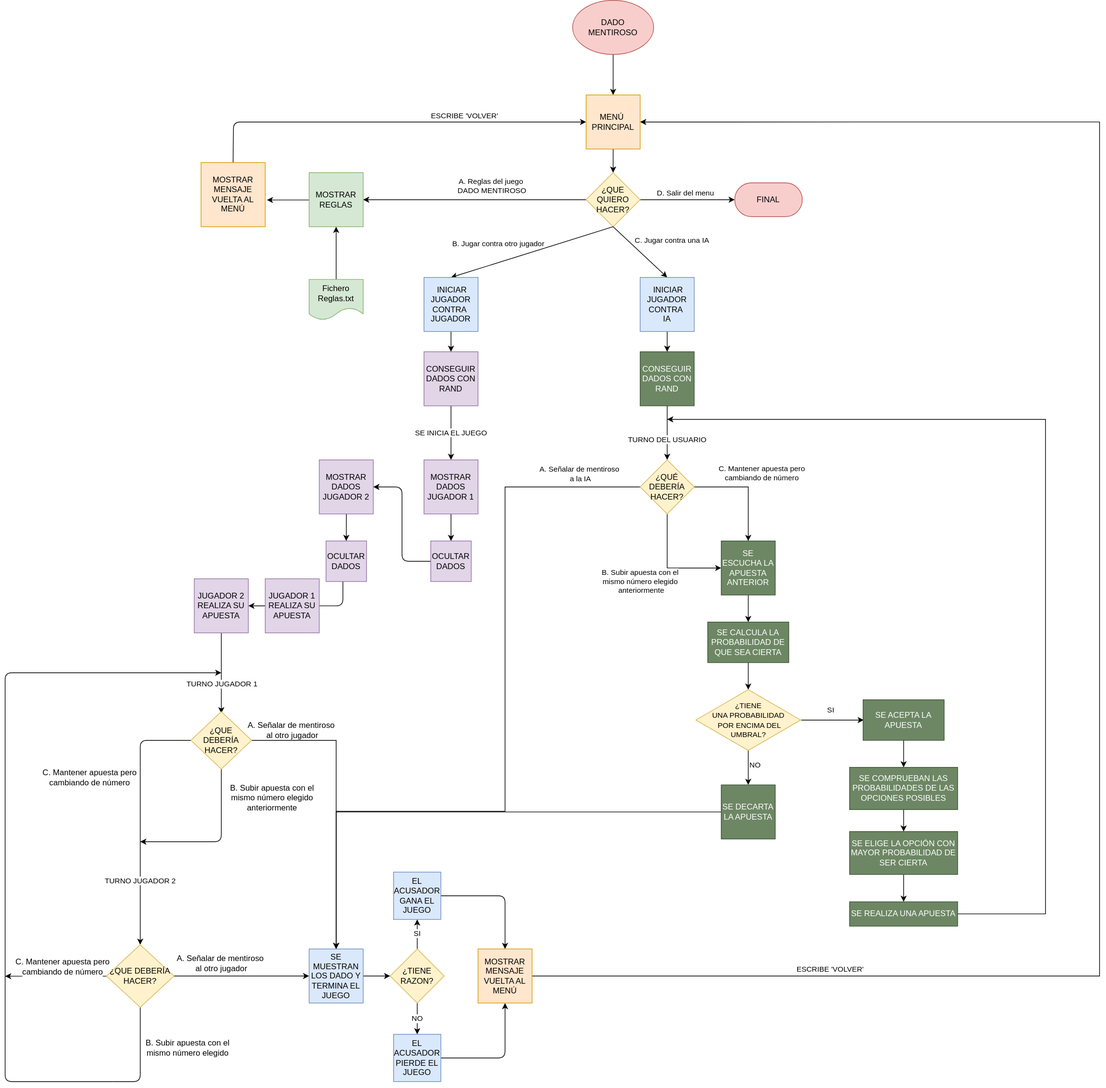
aigora/twIE_2021-proyecto_dado_mentiroso_2021 keeps this draw.io diagram as DIAGRAMA DE FLUJO PROVISIONAL/Diagrama de flujo.svg. Above is the earlier version. Source tidied: cells renumbered, new cells last; positions are measured from the earlier drawing's top-left corner, leaving out a move shared by most shapes.
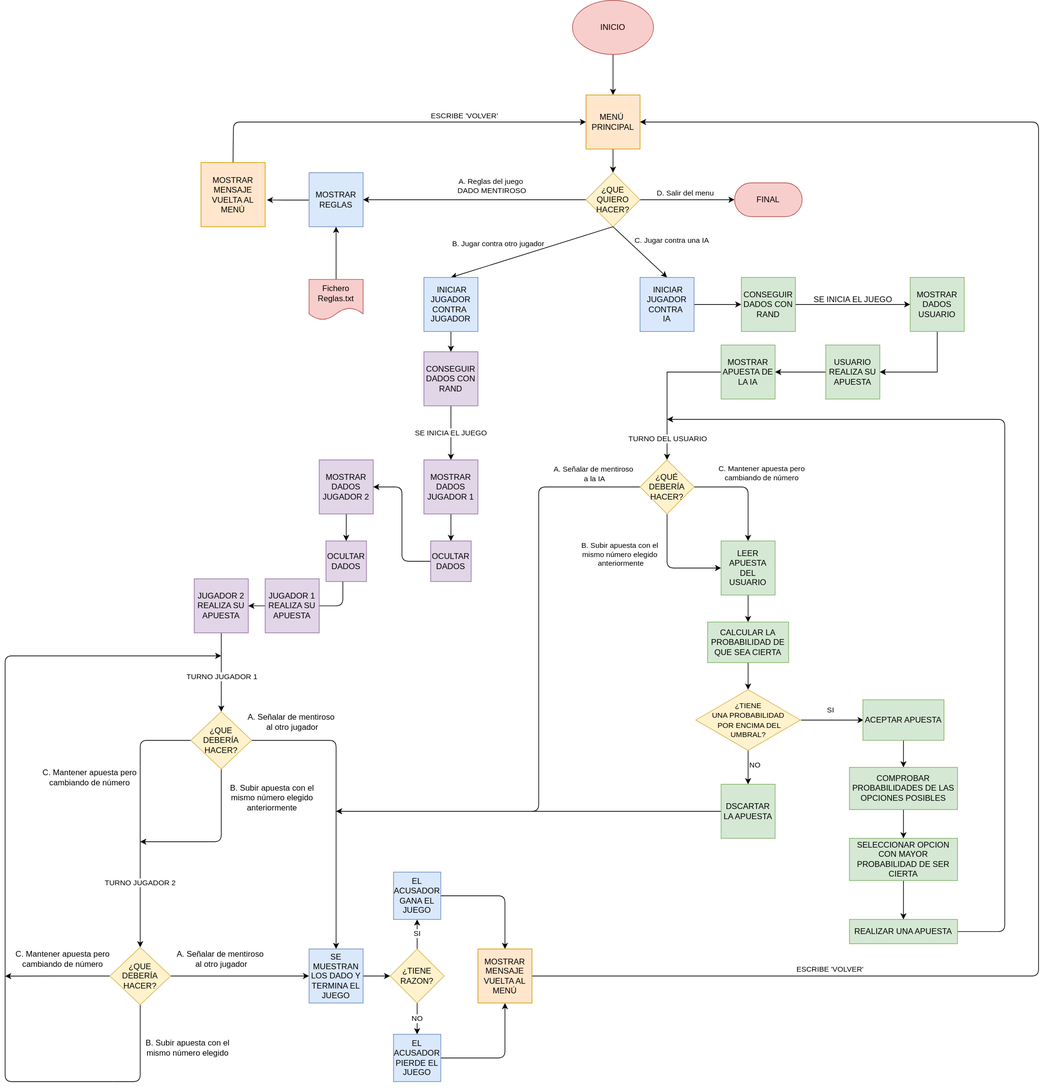
The same file after the commit.

Commit message:
Terminada parte IA diagrama

Change to the diagram source:
```diff
@@ -7,3 +7,3 @@
     </mxCell>
-    <mxCell id="3" value="DADO &lt;br&gt;MENTIROSO" style="ellipse;whiteSpace=wrap;html=1;fillColor=#f8cecc;strokeColor=#b85450;" parent="1" vertex="1">
+    <mxCell id="3" value="INICIO" style="ellipse;whiteSpace=wrap;html=1;fillColor=#f8cecc;strokeColor=#b85450;" parent="1" vertex="1">
       <mxGeometry x="840" width="120" height="80" as="geometry" />
@@ -31,3 +31,3 @@
     </mxCell>
-    <mxCell id="8" value="MOSTRAR REGLAS" style="whiteSpace=wrap;html=1;fillColor=#d5e8d4;strokeColor=#82b366;" parent="1" vertex="1">
+    <mxCell id="8" value="MOSTRAR REGLAS" style="whiteSpace=wrap;html=1;fillColor=#dae8fc;strokeColor=#6c8ebf;" parent="1" vertex="1">
       <mxGeometry x="450" y="255" width="80" height="80" as="geometry" />
@@ -61,9 +61,4 @@
     </mxCell>
-    <mxCell id="16" style="edgeStyle=orthogonalEdgeStyle;rounded=0;jettySize=auto;html=1;exitX=0.5;exitY=1;exitDx=0;exitDy=0;" parent="1" edge="1" source="17">
+    <mxCell id="16" style="edgeStyle=orthogonalEdgeStyle;rounded=0;jettySize=auto;html=1;exitX=0.5;exitY=1;exitDx=0;exitDy=0;entryX=0.5;entryY=0;entryDx=0;entryDy=0;" parent="1" edge="1" source="17" target="21">
       <mxGeometry x="1" y="-367" relative="1" as="geometry">
-        <mxPoint x="320" y="1055" as="targetPoint" />
-        <Array as="points">
-          <mxPoint x="320" y="950" />
-          <mxPoint x="320" y="950" />
-        </Array>
         <mxPoint x="47" y="180" as="offset" />
@@ -74,3 +69,3 @@
     </mxCell>
-    <mxCell id="18" style="edgeStyle=orthogonalEdgeStyle;rounded=0;jettySize=auto;html=1;exitX=1;exitY=0.5;exitDx=0;exitDy=0;entryX=0.5;entryY=0;entryDx=0;entryDy=0;" parent="1" edge="1" source="21" target="28">
+    <mxCell id="18" style="edgeStyle=orthogonalEdgeStyle;rounded=1;jettySize=auto;html=1;exitX=1;exitY=0.5;exitDx=0;exitDy=0;entryX=0.5;entryY=0;entryDx=0;entryDy=0;" parent="1" edge="1" source="21" target="28">
       <mxGeometry relative="1" as="geometry">
@@ -104,16 +99,8 @@
         <mxPoint x="200" y="1135" as="sourcePoint" />
-        <Array as="points">
-          <mxPoint x="200" y="1285" />
-          <mxPoint x="200" y="1285" />
-        </Array>
       </mxGeometry>
     </mxCell>
-    <mxCell id="23" style="edgeStyle=orthogonalEdgeStyle;rounded=1;sketch=0;jettySize=auto;html=1;entryX=0;entryY=0.5;entryDx=0;entryDy=0;shadow=0;startArrow=none;startFill=0;endArrow=classic;endFill=1;strokeColor=#000000;" parent="1" edge="1" source="26" target="28">
-      <mxGeometry relative="1" as="geometry">
-        <Array as="points">
-          <mxPoint x="400" y="1444" />
-        </Array>
-      </mxGeometry>
+    <mxCell id="23" style="edgeStyle=orthogonalEdgeStyle;rounded=1;sketch=0;jettySize=auto;html=1;entryX=0;entryY=0.5;entryDx=0;entryDy=0;shadow=0;startArrow=none;startFill=0;endArrow=classic;endFill=1;strokeColor=#000000;exitX=1;exitY=0.5;exitDx=0;exitDy=0;" parent="1" edge="1" source="26" target="28">
+      <mxGeometry relative="1" as="geometry" />
     </mxCell>
-    <mxCell id="24" style="edgeStyle=orthogonalEdgeStyle;rounded=1;sketch=0;jettySize=auto;html=1;shadow=0;startArrow=none;startFill=0;endArrow=none;endFill=0;strokeColor=#000000;" parent="1" edge="1" source="26">
+    <mxCell id="24" style="edgeStyle=orthogonalEdgeStyle;rounded=1;sketch=0;jettySize=auto;html=1;shadow=0;startArrow=none;startFill=0;endArrow=none;endFill=0;strokeColor=#000000;exitX=0.5;exitY=1;exitDx=0;exitDy=0;" parent="1" edge="1" source="26">
       <mxGeometry relative="1" as="geometry">
@@ -122,3 +109,2 @@
           <mxPoint x="200" y="1600" />
-          <mxPoint x="160" y="1600" />
         </Array>
@@ -126,13 +112,7 @@
     </mxCell>
-    <mxCell id="25" style="edgeStyle=orthogonalEdgeStyle;rounded=1;sketch=0;jettySize=auto;html=1;shadow=0;startArrow=none;startFill=0;endArrow=classic;endFill=1;strokeColor=#000000;" parent="1" edge="1" source="26">
+    <mxCell id="25" style="edgeStyle=orthogonalEdgeStyle;rounded=1;sketch=0;jettySize=auto;html=1;shadow=0;startArrow=none;startFill=0;endArrow=classic;endFill=1;strokeColor=#000000;exitX=0;exitY=0.5;exitDx=0;exitDy=0;" parent="1" edge="1" source="26">
       <mxGeometry relative="1" as="geometry">
         <mxPoint y="1444" as="targetPoint" />
-        <Array as="points">
-          <mxPoint y="1444" />
-        </Array>
       </mxGeometry>
     </mxCell>
-    <mxCell id="26" value="¿QUE DEBERÍA HACER?" style="rhombus;whiteSpace=wrap;html=1;fillColor=#fff2cc;strokeColor=#d6b656;" parent="1" vertex="1">
-      <mxGeometry x="150" y="1397.5" width="100" height="92.5" as="geometry" />
-    </mxCell>
     <mxCell id="27" style="edgeStyle=orthogonalEdgeStyle;rounded=0;jettySize=auto;html=1;exitX=1;exitY=0.5;exitDx=0;exitDy=0;entryX=0;entryY=0.5;entryDx=0;entryDy=0;" parent="1" edge="1" source="28" target="31">
@@ -173,3 +153,3 @@
         <mxPoint x="160" y="1600" as="sourcePoint" />
-        <mxPoint x="320" y="995" as="targetPoint" />
+        <mxPoint x="320" y="970" as="targetPoint" />
         <Array as="points">
@@ -177,3 +157,4 @@
           <mxPoint y="1600" />
-          <mxPoint y="995" />
+          <mxPoint y="970" />
+          <mxPoint x="170" y="970" />
         </Array>
@@ -200,7 +181,7 @@
     </mxCell>
-    <mxCell id="39" style="edgeStyle=orthogonalEdgeStyle;rounded=0;jettySize=auto;html=1;entryX=1;entryY=0.5;entryDx=0;entryDy=0;" parent="1" edge="1" source="40" target="38">
+    <mxCell id="39" style="edgeStyle=orthogonalEdgeStyle;rounded=1;jettySize=auto;html=1;entryX=1;entryY=0.5;entryDx=0;entryDy=0;" parent="1" edge="1" source="40" target="38">
       <mxGeometry relative="1" as="geometry">
         <Array as="points">
-          <mxPoint x="1620" y="1444" />
-          <mxPoint x="1620" y="180" />
+          <mxPoint x="1530" y="1444" />
+          <mxPoint x="1530" y="180" />
         </Array>
@@ -226,3 +207,3 @@
     <mxCell id="45" value="&lt;span style=&quot;background-color: rgb(255 , 255 , 255)&quot;&gt;A. Señalar de mentiroso&amp;nbsp;&lt;br&gt;al otro jugador&lt;/span&gt;" style="text;html=1;align=center;verticalAlign=middle;" parent="1" vertex="1">
-      <mxGeometry x="350" y="1065" width="150" height="30" as="geometry" />
+      <mxGeometry x="350" y="1052.5" width="150" height="30" as="geometry" />
     </mxCell>
@@ -235,3 +216,3 @@
     <mxCell id="48" value="&lt;span style=&quot;background-color: rgb(255 , 255 , 255)&quot;&gt;A. Señalar de mentiroso&amp;nbsp;&lt;br&gt;al otro jugador&lt;/span&gt;" style="text;html=1;align=center;verticalAlign=middle;" parent="1" vertex="1">
-      <mxGeometry x="245" y="1410" width="150" height="30" as="geometry" />
+      <mxGeometry x="245" y="1403.8" width="150" height="30" as="geometry" />
     </mxCell>
@@ -241,3 +222,3 @@
     <mxCell id="50" value="&lt;span style=&quot;background-color: rgb(255 , 255 , 255)&quot;&gt;C. Mantener apuesta pero&lt;br&gt;cambiando de número&lt;/span&gt;" style="text;html=1;align=center;verticalAlign=middle;" parent="1" vertex="1">
-      <mxGeometry x="10" y="1415" width="150" height="30" as="geometry" />
+      <mxGeometry x="10" y="1403.8" width="150" height="30" as="geometry" />
     </mxCell>
@@ -252,3 +233,3 @@
     </mxCell>
-    <mxCell id="54" value="Fichero&lt;br&gt;Reglas.txt" style="shape=document;whiteSpace=wrap;html=1;boundedLbl=1;strokeColor=#82b366;fillColor=#d5e8d4;perimeterSpacing=0;strokeWidth=1;" parent="1" vertex="1">
+    <mxCell id="54" value="Fichero&lt;br&gt;Reglas.txt" style="shape=document;whiteSpace=wrap;html=1;boundedLbl=1;strokeColor=#b85450;fillColor=#f8cecc;perimeterSpacing=0;strokeWidth=1;sketch=0;" parent="1" vertex="1">
       <mxGeometry x="450" y="413" width="80" height="60" as="geometry" />
@@ -297,16 +278,14 @@
     </mxCell>
-    <mxCell id="66" value="TURNO DEL USUARIO" style="edgeStyle=orthogonalEdgeStyle;rounded=0;jettySize=auto;html=1;" parent="1" edge="1" source="67" target="72">
-      <mxGeometry x="0.25" relative="1" as="geometry">
-        <mxPoint y="-1" as="offset" />
-      </mxGeometry>
-    </mxCell>
+    <mxCell id="90" style="edgeStyle=orthogonalEdgeStyle;rounded=0;jettySize=auto;html=1;entryX=0;entryY=0.5;entryDx=0;entryDy=0;endArrow=classic;endFill=1;" parent="1" edge="1" source="67" target="95">
+      <mxGeometry relative="1" as="geometry" />
+    </mxCell>
-    <mxCell id="67" value="CONSEGUIR DADOS CON RAND" style="rounded=0;whiteSpace=wrap;html=1;fillColor=#6d8764;strokeColor=#3A5431;fontColor=#ffffff;" parent="1" vertex="1">
-      <mxGeometry x="940" y="520" width="80" height="80" as="geometry" />
+    <mxCell id="67" value="CONSEGUIR DADOS CON RAND" style="rounded=0;whiteSpace=wrap;html=1;fillColor=#d5e8d4;strokeColor=#82b366;" parent="1" vertex="1">
+      <mxGeometry x="1090" y="410" width="80" height="80" as="geometry" />
     </mxCell>
-    <mxCell id="68" style="edgeStyle=orthogonalEdgeStyle;rounded=0;jettySize=auto;html=1;entryX=0.5;entryY=0;entryDx=0;entryDy=0;" parent="1" edge="1" source="72" target="28">
+    <mxCell id="68" style="edgeStyle=orthogonalEdgeStyle;rounded=1;jettySize=auto;html=1;endArrow=classic;endFill=1;" parent="1" edge="1" source="72">
       <mxGeometry relative="1" as="geometry">
+        <mxPoint x="490" y="1200" as="targetPoint" />
         <Array as="points">
-          <mxPoint x="740" y="720" />
-          <mxPoint x="740" y="1200" />
-          <mxPoint x="490" y="1200" />
+          <mxPoint x="790" y="720" />
+          <mxPoint x="790" y="1200" />
         </Array>
@@ -319,3 +298,3 @@
     </mxCell>
-    <mxCell id="70" value="C. Mantener apuesta pero &lt;br&gt;cambiando de número" style="edgeStyle=orthogonalEdgeStyle;rounded=0;jettySize=auto;html=1;entryX=0.5;entryY=0;entryDx=0;entryDy=0;" parent="1" edge="1" source="72" target="74">
+    <mxCell id="70" value="C. Mantener apuesta pero &lt;br&gt;cambiando de número" style="edgeStyle=orthogonalEdgeStyle;rounded=1;jettySize=auto;html=1;entryX=0.5;entryY=0;entryDx=0;entryDy=0;" parent="1" edge="1" source="72" target="74">
       <mxGeometry y="28" relative="1" as="geometry">
@@ -324,4 +303,4 @@
     </mxCell>
-    <mxCell id="71" value="B. Subir apuesta con el &lt;br&gt;mismo número elegido&lt;br&gt;&amp;nbsp;anteriormente" style="edgeStyle=orthogonalEdgeStyle;rounded=0;jettySize=auto;html=1;entryX=0;entryY=0.5;entryDx=0;entryDy=0;" parent="1" edge="1" source="72" target="74">
-      <mxGeometry y="-45" relative="1" as="geometry">
+    <mxCell id="71" value="B. Subir apuesta con el &lt;br&gt;mismo número elegido&lt;br&gt;&amp;nbsp;anteriormente" style="edgeStyle=orthogonalEdgeStyle;rounded=1;jettySize=auto;html=1;entryX=0;entryY=0.5;entryDx=0;entryDy=0;" parent="1" edge="1" source="72" target="74">
+      <mxGeometry x="-0.25" y="-70" relative="1" as="geometry">
         <Array as="points">
@@ -329,3 +308,2 @@
         </Array>
-        <mxPoint x="-40" y="-25" as="offset" />
       </mxGeometry>
@@ -338,3 +316,3 @@
     </mxCell>
-    <mxCell id="74" value="SE ESCUCHA LA APUESTA ANTERIOR" style="whiteSpace=wrap;html=1;fillColor=#6d8764;strokeColor=#3A5431;fontColor=#ffffff;" parent="1" vertex="1">
+    <mxCell id="74" value="LEER APUESTA DEL USUARIO" style="whiteSpace=wrap;html=1;fillColor=#d5e8d4;strokeColor=#82b366;" parent="1" vertex="1">
       <mxGeometry x="1060" y="800" width="80" height="80" as="geometry" />
@@ -344,3 +322,3 @@
     </mxCell>
-    <mxCell id="76" value="SE CALCULA LA PROBABILIDAD DE QUE SEA CIERTA" style="rounded=0;whiteSpace=wrap;html=1;fillColor=#6d8764;strokeColor=#3A5431;fontColor=#ffffff;" parent="1" vertex="1">
+    <mxCell id="76" value="CALCULAR LA PROBABILIDAD DE QUE SEA CIERTA" style="rounded=0;whiteSpace=wrap;html=1;fillColor=#d5e8d4;strokeColor=#82b366;" parent="1" vertex="1">
       <mxGeometry x="1040" y="920" width="120" height="60" as="geometry" />
@@ -360,7 +338,9 @@
     </mxCell>
-    <mxCell id="80" style="edgeStyle=orthogonalEdgeStyle;rounded=0;jettySize=auto;html=1;entryX=0.5;entryY=0;entryDx=0;entryDy=0;" parent="1" edge="1" source="81" target="28">
-      <mxGeometry relative="1" as="geometry" />
-    </mxCell>
+    <mxCell id="91" style="edgeStyle=orthogonalEdgeStyle;rounded=0;jettySize=auto;html=1;endArrow=none;endFill=0;" parent="1" edge="1" source="81">
+      <mxGeometry relative="1" as="geometry">
+        <mxPoint x="780" y="1200" as="targetPoint" />
+      </mxGeometry>
+    </mxCell>
-    <mxCell id="81" value="SE DECARTA LA APUESTA" style="whiteSpace=wrap;html=1;fillColor=#6d8764;strokeColor=#3A5431;fontColor=#ffffff;" parent="1" vertex="1">
-      <mxGeometry x="1060" y="1161" width="80" height="80" as="geometry" />
+    <mxCell id="81" value="DSCARTAR LA APUESTA" style="whiteSpace=wrap;html=1;fillColor=#d5e8d4;strokeColor=#82b366;" parent="1" vertex="1">
+      <mxGeometry x="1060" y="1160" width="80" height="80" as="geometry" />
     </mxCell>
@@ -369,18 +349,14 @@
     </mxCell>
-    <mxCell id="83" value="SE ACEPTA LA APUESTA" style="rounded=0;whiteSpace=wrap;html=1;fillColor=#6d8764;strokeColor=#3A5431;fontColor=#ffffff;" parent="1" vertex="1">
+    <mxCell id="83" value="ACEPTAR APUESTA" style="rounded=0;whiteSpace=wrap;html=1;fillColor=#d5e8d4;strokeColor=#82b366;" parent="1" vertex="1">
       <mxGeometry x="1270" y="1035" width="120" height="60" as="geometry" />
     </mxCell>
-    <mxCell id="84" style="edgeStyle=orthogonalEdgeStyle;rounded=0;jettySize=auto;html=1;" parent="1" edge="1" source="85" target="87">
-      <mxGeometry relative="1" as="geometry" />
+    <mxCell id="84" style="edgeStyle=orthogonalEdgeStyle;rounded=0;jettySize=auto;html=1;" parent="1" edge="1" source="85">
+      <mxGeometry relative="1" as="geometry">
+        <mxPoint x="1330" y="1240" as="targetPoint" />
+      </mxGeometry>
     </mxCell>
-    <mxCell id="85" value="SE COMPRUEBAN LAS PROBABILIDADES DE LAS OPCIONES POSIBLES" style="rounded=0;whiteSpace=wrap;html=1;fillColor=#6d8764;strokeColor=#3A5431;fontColor=#ffffff;" parent="1" vertex="1">
+    <mxCell id="85" value="COMPROBAR PROBABILIDADES DE LAS OPCIONES POSIBLES" style="rounded=0;whiteSpace=wrap;html=1;fillColor=#d5e8d4;strokeColor=#82b366;" parent="1" vertex="1">
       <mxGeometry x="1250" y="1135" width="160" height="62.5" as="geometry" />
     </mxCell>
-    <mxCell id="86" style="edgeStyle=orthogonalEdgeStyle;rounded=0;jettySize=auto;html=1;" parent="1" edge="1" source="87" target="89">
-      <mxGeometry relative="1" as="geometry" />
-    </mxCell>
-    <mxCell id="87" value="SE ELIGE LA OPCIÓN CON MAYOR PROBABILIDAD DE SER CIERTA" style="rounded=0;whiteSpace=wrap;html=1;fillColor=#6d8764;strokeColor=#3A5431;fontColor=#ffffff;" parent="1" vertex="1">
-      <mxGeometry x="1250" y="1230" width="160" height="63.5" as="geometry" />
-    </mxCell>
-    <mxCell id="88" style="edgeStyle=orthogonalEdgeStyle;rounded=0;jettySize=auto;html=1;" parent="1" edge="1" source="89">
+    <mxCell id="88" style="edgeStyle=orthogonalEdgeStyle;rounded=1;jettySize=auto;html=1;exitX=1;exitY=0.5;exitDx=0;exitDy=0;" parent="1" edge="1" source="89">
       <mxGeometry relative="1" as="geometry">
@@ -388,4 +364,4 @@
         <Array as="points">
-          <mxPoint x="1540" y="1352" />
-          <mxPoint x="1540" y="620" />
+          <mxPoint x="1480" y="1378" />
+          <mxPoint x="1480" y="620" />
         </Array>
@@ -393,5 +369,42 @@
     </mxCell>
-    <mxCell id="89" value="SE REALIZA UNA APUESTA" style="rounded=0;whiteSpace=wrap;html=1;fillColor=#6d8764;strokeColor=#3A5431;fontColor=#ffffff;" parent="1" vertex="1">
-      <mxGeometry x="1250" y="1334" width="160" height="36" as="geometry" />
+    <mxCell id="89" value="REALIZAR UNA APUESTA" style="rounded=0;whiteSpace=wrap;html=1;fillColor=#d5e8d4;strokeColor=#82b366;" parent="1" vertex="1">
+      <mxGeometry x="1250" y="1360" width="160" height="36" as="geometry" />
     </mxCell>
+    <mxCell id="92" style="edgeStyle=orthogonalEdgeStyle;rounded=0;jettySize=auto;html=1;endArrow=classic;endFill=1;exitX=0.5;exitY=1;exitDx=0;exitDy=0;" parent="1" edge="1" source="93" target="89">
+      <mxGeometry relative="1" as="geometry" />
+    </mxCell>
+    <mxCell id="93" value="SELECCIONAR OPCION CON MAYOR PROBABILIDAD DE SER CIERTA" style="rounded=0;whiteSpace=wrap;html=1;fillColor=#d5e8d4;strokeColor=#82b366;" parent="1" vertex="1">
+      <mxGeometry x="1250" y="1240" width="160" height="62.5" as="geometry" />
+    </mxCell>
+    <mxCell id="26" value="¿QUE DEBERÍA HACER?" style="rhombus;whiteSpace=wrap;html=1;fillColor=#fff2cc;strokeColor=#d6b656;" parent="1" vertex="1">
+      <mxGeometry x="155" y="1401.2" width="90" height="85" as="geometry" />
+    </mxCell>
+    <mxCell id="94" style="edgeStyle=orthogonalEdgeStyle;rounded=0;jettySize=auto;html=1;entryX=1;entryY=0.5;entryDx=0;entryDy=0;endArrow=classic;endFill=1;" parent="1" edge="1" source="95" target="98">
+      <mxGeometry relative="1" as="geometry">
+        <Array as="points">
+          <mxPoint x="1380" y="550" />
+        </Array>
+      </mxGeometry>
+    </mxCell>
+    <mxCell id="95" value="MOSTRAR DADOS USUARIO" style="rounded=0;whiteSpace=wrap;html=1;fillColor=#d5e8d4;strokeColor=#82b366;" parent="1" vertex="1">
+      <mxGeometry x="1340" y="410" width="80" height="80" as="geometry" />
+    </mxCell>
+    <mxCell id="96" value="SE INICIA EL JUEGO" style="text;html=1;align=center;verticalAlign=middle;" parent="1" vertex="1">
+      <mxGeometry x="1190" y="433" width="130" height="20" as="geometry" />
+    </mxCell>
+    <mxCell id="97" style="edgeStyle=orthogonalEdgeStyle;rounded=0;jettySize=auto;html=1;entryX=1;entryY=0.5;entryDx=0;entryDy=0;endArrow=classic;endFill=1;" parent="1" edge="1" source="98" target="100">
+      <mxGeometry relative="1" as="geometry" />
+    </mxCell>
+    <mxCell id="98" value="USUARIO REALIZA SU APUESTA" style="rounded=0;whiteSpace=wrap;html=1;fillColor=#d5e8d4;strokeColor=#82b366;" parent="1" vertex="1">
+      <mxGeometry x="1215" y="510" width="80" height="80" as="geometry" />
+    </mxCell>
+    <mxCell id="99" style="edgeStyle=orthogonalEdgeStyle;rounded=0;jettySize=auto;html=1;entryX=0.5;entryY=0;entryDx=0;entryDy=0;endArrow=classic;endFill=1;" parent="1" edge="1" source="100" target="72">
+      <mxGeometry relative="1" as="geometry" />
+    </mxCell>
+    <mxCell id="66" value="TURNO DEL USUARIO" style="edgeLabel;html=1;align=center;verticalAlign=middle;" parent="99" vertex="1">
+      <mxGeometry x="0.71" relative="1" as="geometry" />
+    </mxCell>
+    <mxCell id="100" value="MOSTRAR APUESTA DE LA IA" style="rounded=0;whiteSpace=wrap;html=1;fillColor=#d5e8d4;strokeColor=#82b366;" parent="1" vertex="1">
+      <mxGeometry x="1060" y="510" width="80" height="80" as="geometry" />
+    </mxCell>
   </root>
```
